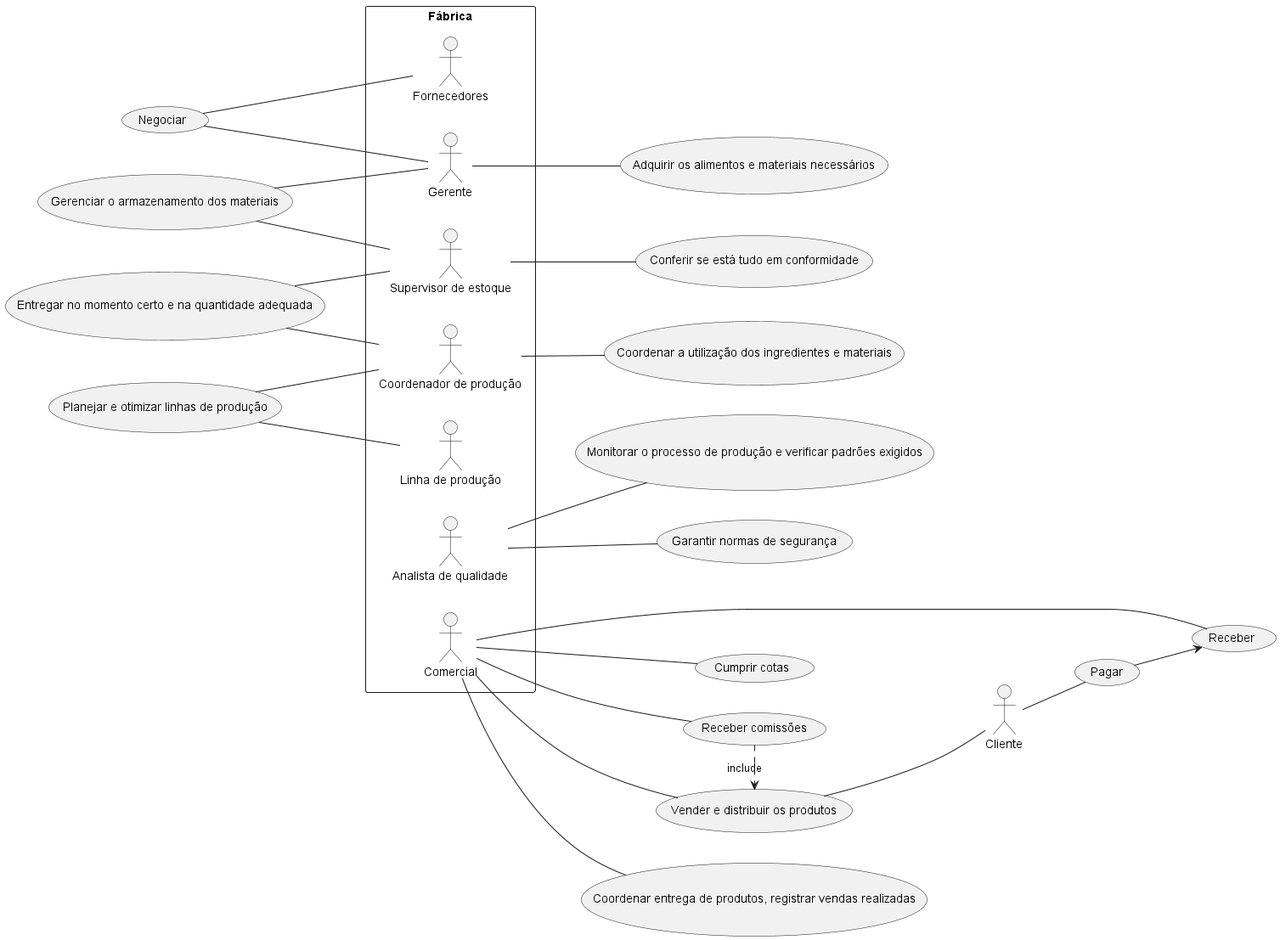
The PlantUML diagram Delicias_Gourmet.png in efarfus/Eng-Software-1, before a commit.
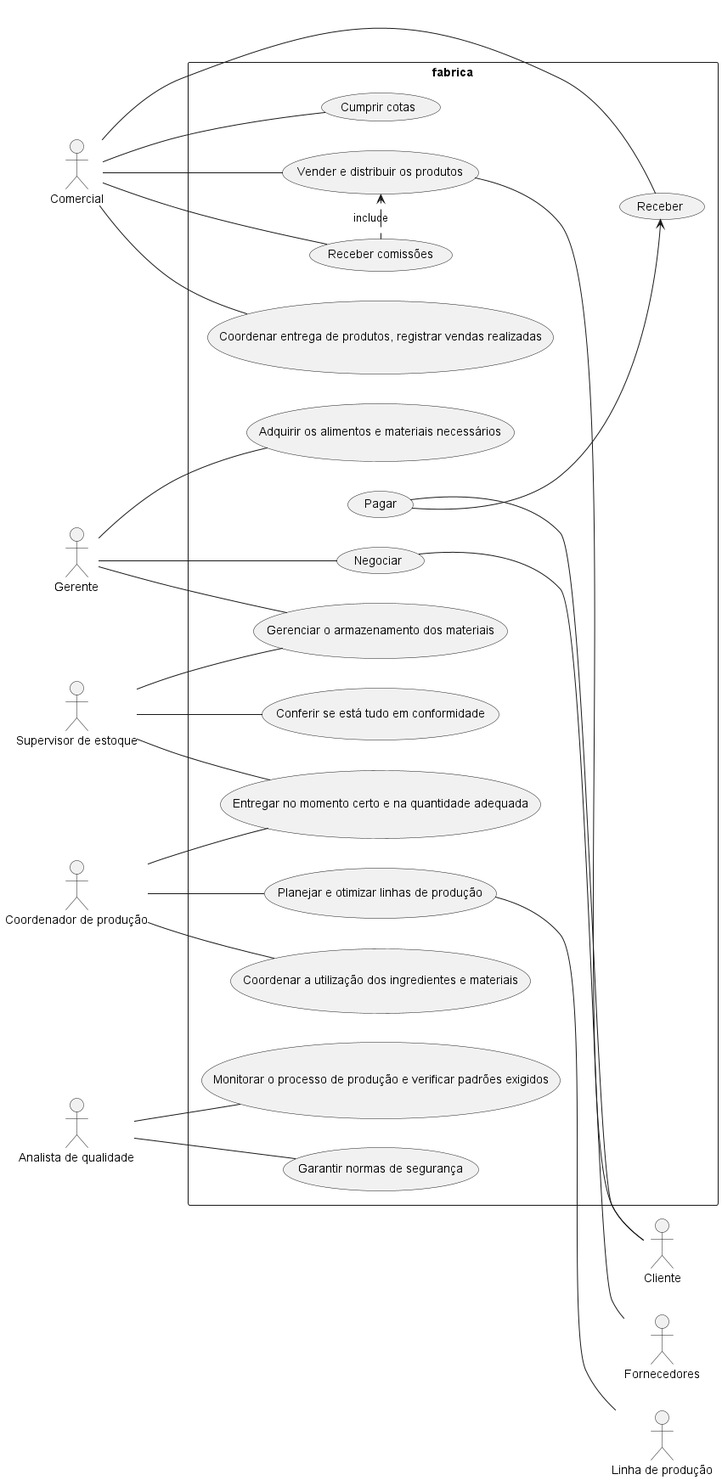
Above is the later version.

Commit message:
Novo PNG DELICIAS GOURMET PUML

The edit, as a diff of the source:
```diff
@@ -1,63 +1,61 @@
 @startuml Delicias_Gourmet
 left to right direction
+
 actor Cliente as c
+actor Gerente as g
+actor Fornecedores as f
+actor "Supervisor de estoque" as a
+actor "Coordenador de produção" as cp
+actor "Linha de produção" as l
+actor "Analista de qualidade" as aq
+actor Comercial as com
 
-rectangle Fábrica{
-    actor Gerente as g
-    actor Fornecedores as f
-    actor "Supervisor de estoque" as a
-    actor "Coordenador de produção" as cp
-    actor "Linha de produção" as l
-    actor "Analista de qualidade" as aq
-    actor Comercial as com
-}
+rectangle fabrica{
+
+    usecase "Adquirir os alimentos e materiais necessários" as UC1
+    usecase "Negociar" as UC2
+    usecase "Gerenciar o armazenamento dos materiais" as UC3
+    usecase "Conferir se está tudo em conformidade" as UC4
+    usecase "Coordenar a utilização dos ingredientes e materiais" as UC5
+    usecase "Entregar no momento certo e na quantidade adequada" as UC6
+    usecase "Planejar e otimizar linhas de produção" as UC7
+    usecase "Monitorar o processo de produção e verificar padrões exigidos" as UC8
+    usecase "Garantir normas de segurança" as UC9
+    usecase "Vender e distribuir os produtos" as UC10
+    usecase "Coordenar entrega de produtos, registrar vendas realizadas" as UC11
+    usecase "Receber comissões" as UC12
+    usecase "Cumprir cotas" as UC13
+    usecase "Pagar" as UC14
+    usecase "Receber" as UC15
 
 
+    g -- UC1
+    g -- UC2
+    UC2 -- f
 
-usecase "Adquirir os alimentos e materiais necessários" as UC1
-usecase "Negociar" as UC2
-usecase "Gerenciar o armazenamento dos materiais" as UC3
-usecase "Conferir se está tudo em conformidade" as UC4
-usecase "Coordenar a utilização dos ingredientes e materiais" as UC5
-usecase "Entregar no momento certo e na quantidade adequada" as UC6
-usecase "Planejar e otimizar linhas de produção" as UC7
-usecase "Monitorar o processo de produção e verificar padrões exigidos" as UC8
-usecase "Garantir normas de segurança" as UC9
-usecase "Vender e distribuir os produtos" as UC10
-usecase "Coordenar entrega de produtos, registrar vendas realizadas" as UC11
-usecase "Receber comissões" as UC12
-usecase "Cumprir cotas" as UC13
-usecase "Pagar" as UC14
-usecase "Receber" as UC15
+    a -- UC3
+    a -- UC4
+    UC3 -- g
+
+    cp -- UC5
+    cp -- UC6
+    UC6 -- a
+    cp -- UC7
+    UC7 -- l
+
+    aq -- UC8
+    aq -- UC9
+
+    com -- UC10
+    com -- UC11
+    com -- UC12
+    (UC12) .> (UC10) : include
+    com -- UC13
 
 
-g -- UC1
-g -- UC2
-UC2 -- f
-
-a -- UC3
-a -- UC4
-UC3 -- g
-
-cp -- UC5
-cp -- UC6
-UC6 -- a
-cp -- UC7
-UC7 -- l
-
-aq -- UC8
-aq -- UC9
-
-com -- UC10
-com -- UC11
-com -- UC12
-(UC12) .> (UC10) : include
-com -- UC13
-
-
-UC10 -- c
-c -- UC14
-UC14 --> UC15
-UC15 -- com
-
+    UC10 -- c
+    c -- UC14
+    UC14 --> UC15
+    UC15 -- com
+}
 @enduml
```
